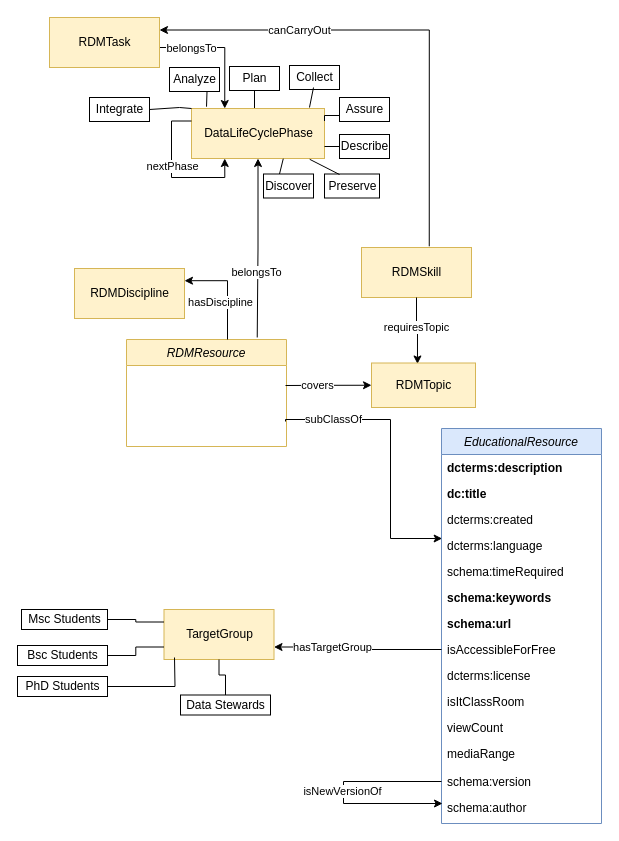
Above: visualisations/RDM_Module.drawio in data-literacy-alliance/dalia-ontology (draw.io), before the change. Source tidied: cells renumbered, new cells numbered last; positions are measured from the earlier drawing's top-left corner, leaving out a move shared by most shapes. Both pictures are drawn from the tidied source at 100%, with x=0, y=0 at pixel (17, 17).
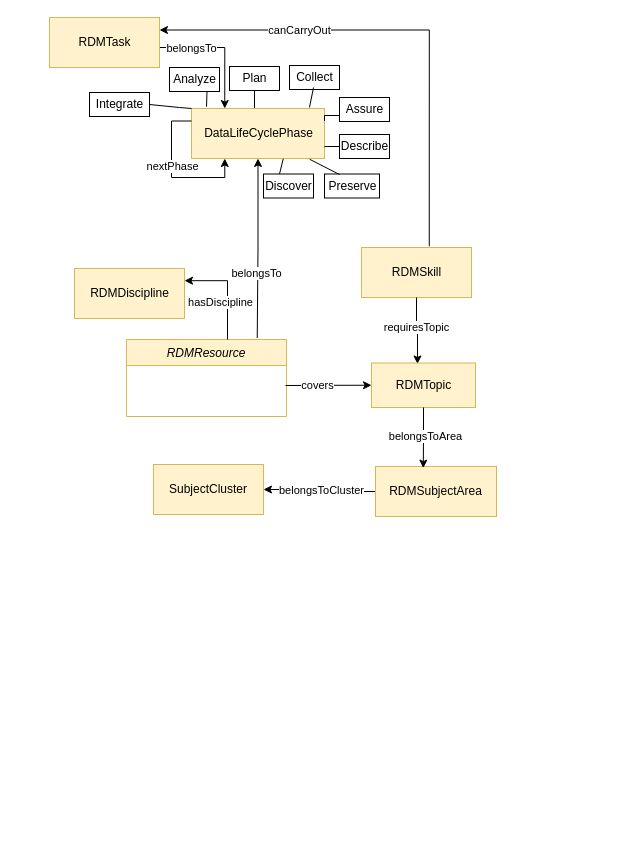
After the change.

Unchanged cells that the change refers to:
```xml
<mxCell id="37" value="RDMTopic" style="html=1;fillColor=#fff2cc;strokeColor=#d6b656;" parent="1" vertex="1">
  <mxGeometry x="354" y="345.5" width="104" height="44.5" as="geometry" />
</mxCell>
```

What changed in the source:
```diff
@@
     <mxCell id="10" value="RDMResource" style="swimlane;fontStyle=2;align=center;verticalAlign=top;horizontal=1;startSize=26;rounded=0;shadow=0;strokeWidth=1;fillColor=#fff2cc;strokeColor=#d6b656;" parent="1" vertex="1">
-      <mxGeometry x="109" y="322" width="160" height="107" as="geometry" />
+      <mxGeometry x="109" y="322" width="160" height="77" as="geometry" />
     </mxCell>
@@
     <mxCell id="28" value="Integrate" style="html=1;" parent="1" vertex="1">
-      <mxGeometry x="72" y="80" width="60" height="24" as="geometry" />
+      <mxGeometry x="72" y="75" width="60" height="24" as="geometry" />
     </mxCell>
@@
-    <mxCell id="38" value="EducationalResource" style="swimlane;fontStyle=2;align=center;verticalAlign=top;horizontal=1;startSize=26;rounded=0;shadow=0;strokeWidth=1;fillColor=#dae8fc;strokeColor=#6c8ebf;" parent="1" vertex="1">
-      <mxGeometry x="424" y="411" width="160" height="395" as="geometry" />
-    </mxCell>
-    <mxCell id="39" value="dcterms:description" style="text;align=left;verticalAlign=top;spacingLeft=4;spacingRight=4;overflow=hidden;rounded=0;shadow=0;html=0;fontStyle=1;" parent="38" vertex="1">
-      <mxGeometry y="26" width="160" height="26" as="geometry" />
-    </mxCell>
-    <mxCell id="40" value="dc:title" style="text;align=left;verticalAlign=top;spacingLeft=4;spacingRight=4;overflow=hidden;rounded=0;shadow=0;html=0;fontStyle=1;" parent="38" vertex="1">
-      <mxGeometry y="52" width="160" height="26" as="geometry" />
-    </mxCell>
-    <mxCell id="41" value="dcterms:created" style="text;align=left;verticalAlign=top;spacingLeft=4;spacingRight=4;overflow=hidden;rounded=0;shadow=0;html=0;" parent="38" vertex="1">
-      <mxGeometry y="78" width="160" height="26" as="geometry" />
-    </mxCell>
-    <mxCell id="42" value="dcterms:language" style="text;align=left;verticalAlign=top;spacingLeft=4;spacingRight=4;overflow=hidden;points=[[0,0.5],[1,0.5]];portConstraint=eastwest;rounded=0;shadow=0;html=0;" parent="38" vertex="1">
-      <mxGeometry y="104" width="160" height="26" as="geometry" />
-    </mxCell>
-    <mxCell id="43" value="schema:timeRequired" style="text;align=left;verticalAlign=top;spacingLeft=4;spacingRight=4;overflow=hidden;rounded=0;shadow=0;html=0;" parent="38" vertex="1">
-      <mxGeometry y="130" width="160" height="26" as="geometry" />
-    </mxCell>
-    <mxCell id="44" value="schema:keywords" style="text;align=left;verticalAlign=top;spacingLeft=4;spacingRight=4;overflow=hidden;rounded=0;shadow=0;html=0;fontStyle=1;" parent="38" vertex="1">
-      <mxGeometry y="156" width="160" height="26" as="geometry" />
-    </mxCell>
-    <mxCell id="45" value="schema:url" style="text;align=left;verticalAlign=top;spacingLeft=4;spacingRight=4;overflow=hidden;rounded=0;shadow=0;html=0;fontStyle=1;" parent="38" vertex="1">
-      <mxGeometry y="182" width="160" height="26" as="geometry" />
-    </mxCell>
-    <mxCell id="46" value="isAccessibleForFree" style="text;align=left;verticalAlign=top;spacingLeft=4;spacingRight=4;overflow=hidden;points=[[0,0.5],[1,0.5]];portConstraint=eastwest;rounded=0;shadow=0;html=0;" parent="38" vertex="1">
-      <mxGeometry y="208" width="160" height="26" as="geometry" />
-    </mxCell>
-    <mxCell id="47" value="dcterms:license" style="text;align=left;verticalAlign=top;spacingLeft=4;spacingRight=4;overflow=hidden;rounded=0;shadow=0;html=0;" parent="38" vertex="1">
-      <mxGeometry y="234" width="160" height="26" as="geometry" />
-    </mxCell>
-    <mxCell id="48" value="isItClassRoom" style="text;align=left;verticalAlign=top;spacingLeft=4;spacingRight=4;overflow=hidden;rounded=0;shadow=0;html=0;" parent="38" vertex="1">
-      <mxGeometry y="260" width="160" height="26" as="geometry" />
-    </mxCell>
-    <mxCell id="49" value="viewCount" style="text;align=left;verticalAlign=top;spacingLeft=4;spacingRight=4;overflow=hidden;rounded=0;shadow=0;html=0;" parent="38" vertex="1">
-      <mxGeometry y="286" width="160" height="26" as="geometry" />
-    </mxCell>
-    <mxCell id="50" value="mediaRange" style="text;align=left;verticalAlign=top;spacingLeft=4;spacingRight=4;overflow=hidden;rounded=0;shadow=0;html=0;" parent="38" vertex="1">
-      <mxGeometry y="312" width="160" height="28" as="geometry" />
-    </mxCell>
-    <mxCell id="51" style="edgeStyle=orthogonalEdgeStyle;rounded=0;jettySize=auto;html=1;exitX=0;exitY=0.5;exitDx=0;exitDy=0;" parent="38" edge="1" source="53">
-      <mxGeometry relative="1" as="geometry">
-        <mxPoint x="1" y="375" as="targetPoint" />
-        <Array as="points">
-          <mxPoint x="-98" y="353" />
-        </Array>
-      </mxGeometry>
-    </mxCell>
-    <mxCell id="52" value="isNewVersionOf" style="edgeLabel;html=1;align=center;verticalAlign=middle;" parent="51" vertex="1">
-      <mxGeometry x="-0.02" y="-2" relative="1" as="geometry" />
-    </mxCell>
-    <mxCell id="53" value="schema:version" style="text;align=left;verticalAlign=top;spacingLeft=4;spacingRight=4;overflow=hidden;points=[[0,0.5],[1,0.5]];portConstraint=eastwest;rounded=0;shadow=0;html=0;" parent="38" vertex="1">
-      <mxGeometry y="340" width="160" height="26" as="geometry" />
-    </mxCell>
-    <mxCell id="54" value="schema:author" style="text;align=left;verticalAlign=top;spacingLeft=4;spacingRight=4;overflow=hidden;rounded=0;shadow=0;html=0;" parent="38" vertex="1">
-      <mxGeometry y="366" width="160" height="26" as="geometry" />
-    </mxCell>
-    <mxCell id="55" style="edgeStyle=orthogonalEdgeStyle;rounded=0;jettySize=auto;html=1;entryX=0.004;entryY=0.231;entryDx=0;entryDy=0;entryPerimeter=0;" parent="1" edge="1" target="42">
-      <mxGeometry relative="1" as="geometry">
-        <mxPoint x="268" y="404" as="sourcePoint" />
-        <Array as="points">
-          <mxPoint x="268" y="402" />
-          <mxPoint x="373" y="402" />
-          <mxPoint x="373" y="521" />
-        </Array>
-      </mxGeometry>
-    </mxCell>
-    <mxCell id="56" value="subClassOf" style="edgeLabel;html=1;align=center;verticalAlign=middle;" parent="55" vertex="1">
-      <mxGeometry x="-0.65" y="1" relative="1" as="geometry" />
-    </mxCell>
-    <mxCell id="57" value="TargetGroup" style="html=1;fillColor=#fff2cc;strokeColor=#d6b656;" parent="1" vertex="1">
-      <mxGeometry x="146.5" y="592" width="110" height="50" as="geometry" />
-    </mxCell>
-    <mxCell id="58" style="edgeStyle=orthogonalEdgeStyle;rounded=0;jettySize=auto;html=1;exitX=1;exitY=0.5;exitDx=0;exitDy=0;entryX=0;entryY=0.25;entryDx=0;entryDy=0;endArrow=none;endFill=0;" parent="1" edge="1" source="59" target="57">
-      <mxGeometry relative="1" as="geometry" />
-    </mxCell>
-    <mxCell id="59" value="Msc Students" style="html=1;" parent="1" vertex="1">
-      <mxGeometry x="4" y="592" width="86" height="20" as="geometry" />
-    </mxCell>
-    <mxCell id="60" style="edgeStyle=orthogonalEdgeStyle;rounded=0;jettySize=auto;html=1;exitX=1;exitY=0.5;exitDx=0;exitDy=0;entryX=0;entryY=0.75;entryDx=0;entryDy=0;endArrow=none;endFill=0;" parent="1" edge="1" source="61" target="57">
-      <mxGeometry relative="1" as="geometry" />
-    </mxCell>
-    <mxCell id="61" value="Bsc Students" style="html=1;" parent="1" vertex="1">
-      <mxGeometry y="628" width="90" height="20" as="geometry" />
-    </mxCell>
-    <mxCell id="62" value="PhD Students" style="html=1;" parent="1" vertex="1">
-      <mxGeometry y="659" width="90" height="20" as="geometry" />
-    </mxCell>
-    <mxCell id="63" style="edgeStyle=orthogonalEdgeStyle;rounded=0;jettySize=auto;html=1;exitX=1;exitY=0.5;exitDx=0;exitDy=0;entryX=0;entryY=0.75;entryDx=0;entryDy=0;endArrow=none;endFill=0;" parent="1" edge="1" source="62">
-      <mxGeometry relative="1" as="geometry">
-        <mxPoint x="157" y="640" as="targetPoint" />
-      </mxGeometry>
-    </mxCell>
-    <mxCell id="64" style="edgeStyle=orthogonalEdgeStyle;rounded=0;jettySize=auto;html=1;endArrow=none;endFill=0;" parent="1" edge="1" source="65" target="57">
-      <mxGeometry relative="1" as="geometry" />
-    </mxCell>
-    <mxCell id="65" value="Data Stewards" style="html=1;" parent="1" vertex="1">
-      <mxGeometry x="163" y="677.5" width="90" height="20" as="geometry" />
-    </mxCell>
-    <mxCell id="66" style="edgeStyle=orthogonalEdgeStyle;rounded=0;jettySize=auto;html=1;exitX=0;exitY=0.5;exitDx=0;exitDy=0;entryX=1;entryY=0.75;entryDx=0;entryDy=0;" parent="1" edge="1" source="46" target="57">
-      <mxGeometry relative="1" as="geometry" />
-    </mxCell>
-    <mxCell id="67" value="hasTargetGroup" style="edgeLabel;html=1;align=center;verticalAlign=middle;" parent="66" vertex="1">
-      <mxGeometry x="0.32" relative="1" as="geometry" />
-    </mxCell>
+    <mxCell id="68" style="edgeStyle=orthogonalEdgeStyle;rounded=0;jettySize=auto;html=1;exitX=0;exitY=0.5;exitDx=0;exitDy=0;entryX=1;entryY=0.5;entryDx=0;entryDy=0;" parent="1" edge="1" source="70" target="71">
+      <mxGeometry relative="1" as="geometry" />
+    </mxCell>
+    <mxCell id="69" value="belongsToCluster" style="edgeLabel;html=1;align=center;verticalAlign=middle;" parent="68" vertex="1">
+      <mxGeometry x="-0.04" y="2" relative="1" as="geometry">
+        <mxPoint y="-4" as="offset" />
+      </mxGeometry>
+    </mxCell>
+    <mxCell id="70" value="RDMSubjectArea" style="html=1;whiteSpace=wrap;fillColor=#fff2cc;strokeColor=#d6b656;" parent="1" vertex="1">
+      <mxGeometry x="358" y="449" width="121" height="50" as="geometry" />
+    </mxCell>
+    <mxCell id="71" value="SubjectCluster" style="html=1;whiteSpace=wrap;fillColor=#fff2cc;strokeColor=#d6b656;" parent="1" vertex="1">
+      <mxGeometry x="136" y="447" width="110" height="50" as="geometry" />
+    </mxCell>
+    <mxCell id="72" style="edgeStyle=orthogonalEdgeStyle;rounded=0;jettySize=auto;html=1;exitX=0.5;exitY=1;exitDx=0;exitDy=0;entryX=0.395;entryY=0.032;entryDx=0;entryDy=0;entryPerimeter=0;" parent="1" edge="1" source="37" target="70">
+      <mxGeometry relative="1" as="geometry" />
+    </mxCell>
+    <mxCell id="73" value="belongsToArea" style="edgeLabel;html=1;align=center;verticalAlign=middle;" parent="72" vertex="1">
+      <mxGeometry x="-0.08" y="1" relative="1" as="geometry" />
+    </mxCell>
```
